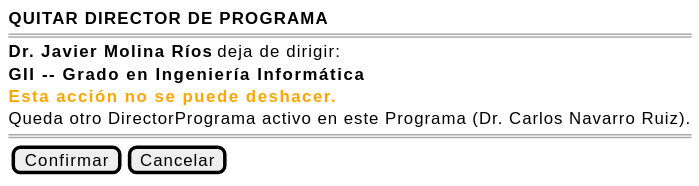
Before: images/RUP/01-requisitos/03-detalle-casos-uso/quitarDirectorPrograma/wireframe-confirmacion.svg, a diagram exported from PlantUML (mmasias/pyCeldaPublico).
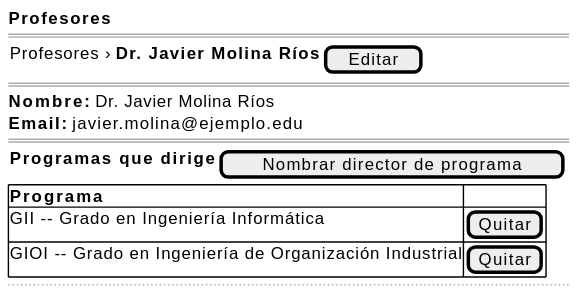
After the commit.

Diff of the diagram source:
```diff
@@ -1,14 +1,18 @@
 @startsalt quitarDirectorPrograma-wireframe-confirmacion
 {
-    <b>QUITAR DIRECTOR DE PROGRAMA</b>
+    <b>Profesores</b>
     ====
-    <b>Dr. Javier Molina Ríos</b> deja de dirigir:
-
-    <b>GII -- Grado en Ingeniería Informática</b>
-
-    <color:orange><b>Esta acción no se puede deshacer.</b></color>
-    Queda otro DirectorPrograma activo en este Programa (Dr. Carlos Navarro Ruiz).
+    { Profesores › <b>Dr. Javier Molina Ríos</b> | [ Editar ] }
     ====
-    {[Confirmar] | [Cancelar]}
+    <b>Nombre:</b> Dr. Javier Molina Ríos
+    <b>Email:</b> javier.molina@ejemplo.edu
+    ====
+    { <b>Programas que dirige</b> | [ Nombrar director de programa ] }
+    {#
+        <b>Programa</b> | .
+        GII -- Grado en Ingeniería Informática | [Quitar]
+        GIOI -- Grado en Ingeniería de Organización Industrial | [Quitar]
+    }
+    ..
 }
 @endsalt
```
